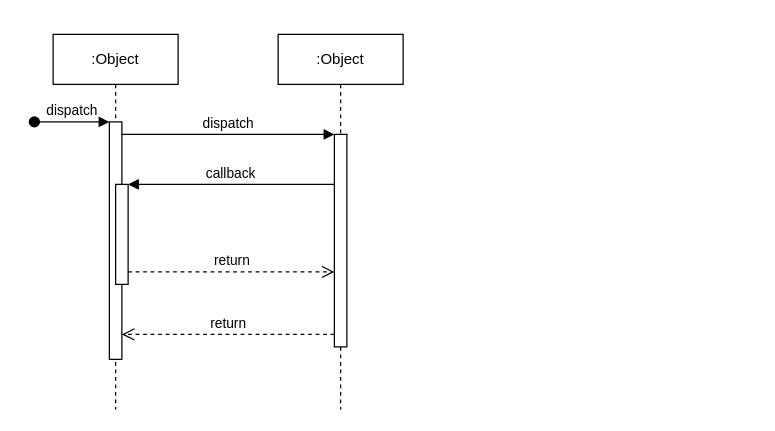
The draw.io diagram Untitled Diagram.drawio in islamhamdaoui/Radiology-system-diagrams, before the edit. Source tidied: cells renumbered, new cells numbered last; positions are measured from the earlier drawing's top-left corner, leaving out a move shared by most shapes. Both pictures are drawn from the tidied source at 125%, with x=0, y=0 at pixel (34, 34).
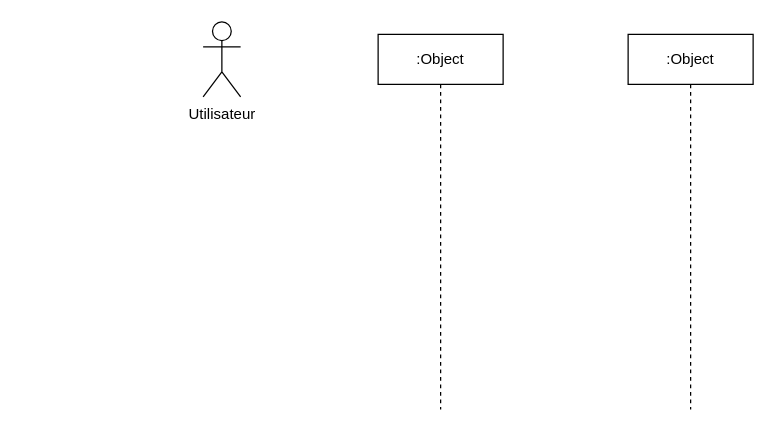
Above is the later version.

What changed in the source:
```diff
@@
 <mxGraphModel>
   <root>
     <mxCell id="0" />
     <mxCell id="1" parent="0" />
     <mxCell id="2" value=":Object" style="shape=umlLifeline;perimeter=lifelinePerimeter;whiteSpace=wrap;html=1;newEdgeStyle={&quot;edgeStyle&quot;:&quot;elbowEdgeStyle&quot;,&quot;elbow&quot;:&quot;vertical&quot;,&quot;curved&quot;:0,&quot;rounded&quot;:0};" parent="1" vertex="1">
-      <mxGeometry x="15" width="100" height="300" as="geometry" />
+      <mxGeometry x="275" width="100" height="300" as="geometry" />
     </mxCell>
-    <mxCell id="3" style="html=1;points=[];perimeter=orthogonalPerimeter;outlineConnect=0;targetShapes=umlLifeline;portConstraint=eastwest;newEdgeStyle={&quot;edgeStyle&quot;:&quot;elbowEdgeStyle&quot;,&quot;elbow&quot;:&quot;vertical&quot;,&quot;curved&quot;:0,&quot;rounded&quot;:0};" parent="2" vertex="1">
-      <mxGeometry x="45" y="70" width="10" height="190" as="geometry" />
-    </mxCell>
-    <mxCell id="4" value="dispatch" style="html=1;verticalAlign=bottom;startArrow=oval;endArrow=block;startSize=8;edgeStyle=elbowEdgeStyle;elbow=vertical;curved=0;rounded=0;" parent="2" edge="1" target="3">
-      <mxGeometry relative="1" as="geometry">
-        <mxPoint x="-15" y="70" as="sourcePoint" />
-      </mxGeometry>
-    </mxCell>
-    <mxCell id="5" style="html=1;points=[];perimeter=orthogonalPerimeter;outlineConnect=0;targetShapes=umlLifeline;portConstraint=eastwest;newEdgeStyle={&quot;edgeStyle&quot;:&quot;elbowEdgeStyle&quot;,&quot;elbow&quot;:&quot;vertical&quot;,&quot;curved&quot;:0,&quot;rounded&quot;:0};" parent="2" vertex="1">
-      <mxGeometry x="50" y="120" width="10" height="80" as="geometry" />
-    </mxCell>
     <mxCell id="6" value=":Object" style="shape=umlLifeline;perimeter=lifelinePerimeter;whiteSpace=wrap;html=1;newEdgeStyle={&quot;edgeStyle&quot;:&quot;elbowEdgeStyle&quot;,&quot;elbow&quot;:&quot;vertical&quot;,&quot;curved&quot;:0,&quot;rounded&quot;:0};" parent="1" vertex="1">
-      <mxGeometry x="195" width="100" height="300" as="geometry" />
+      <mxGeometry x="475" width="100" height="300" as="geometry" />
     </mxCell>
-    <mxCell id="7" style="html=1;points=[];perimeter=orthogonalPerimeter;outlineConnect=0;targetShapes=umlLifeline;portConstraint=eastwest;newEdgeStyle={&quot;edgeStyle&quot;:&quot;elbowEdgeStyle&quot;,&quot;elbow&quot;:&quot;vertical&quot;,&quot;curved&quot;:0,&quot;rounded&quot;:0};" parent="6" vertex="1">
-      <mxGeometry x="45" y="80" width="10" height="170" as="geometry" />
-    </mxCell>
-    <mxCell id="8" value="dispatch" style="html=1;verticalAlign=bottom;endArrow=block;edgeStyle=elbowEdgeStyle;elbow=vertical;curved=0;rounded=0;" parent="1" edge="1" source="3" target="7">
-      <mxGeometry relative="1" as="geometry">
-        <Array as="points">
-          <mxPoint x="155" y="80" />
-        </Array>
-      </mxGeometry>
-    </mxCell>
-    <mxCell id="9" value="return" style="html=1;verticalAlign=bottom;endArrow=open;dashed=1;endSize=8;edgeStyle=elbowEdgeStyle;elbow=vertical;curved=0;rounded=0;" parent="1" edge="1" source="7" target="3">
-      <mxGeometry relative="1" as="geometry">
-        <Array as="points">
-          <mxPoint x="165" y="240" />
-        </Array>
-      </mxGeometry>
-    </mxCell>
-    <mxCell id="10" value="callback" style="html=1;verticalAlign=bottom;endArrow=block;edgeStyle=elbowEdgeStyle;elbow=vertical;curved=0;rounded=0;" parent="1" edge="1" source="7" target="5">
-      <mxGeometry relative="1" as="geometry">
-        <Array as="points">
-          <mxPoint x="165" y="120" />
-        </Array>
-      </mxGeometry>
-    </mxCell>
-    <mxCell id="11" value="return" style="html=1;verticalAlign=bottom;endArrow=open;dashed=1;endSize=8;edgeStyle=elbowEdgeStyle;elbow=vertical;curved=0;rounded=0;" parent="1" edge="1" source="5" target="7">
-      <mxGeometry relative="1" as="geometry">
-        <Array as="points">
-          <mxPoint x="155" y="190" />
-        </Array>
-      </mxGeometry>
-    </mxCell>
+    <mxCell id="12" value="Utilisateur" style="shape=umlActor;verticalLabelPosition=bottom;verticalAlign=top;html=1;" parent="1" vertex="1">
+      <mxGeometry x="135" y="-10" width="30" height="60" as="geometry" />
+    </mxCell>
   </root>
 </mxGraphModel>
```
